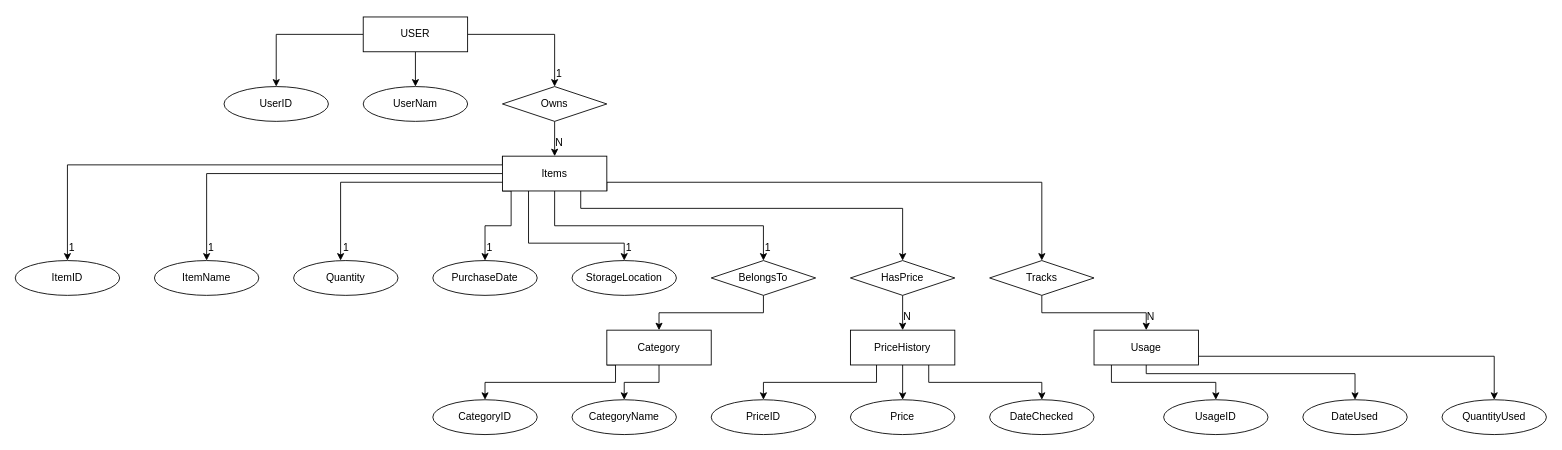
Above: Database/Untitled Diagram.drawio in anhvuanhvu/SPU_CSC3220_W25_T7 (draw.io), before the change. Source tidied: cells renumbered, new cells numbered last; positions are measured from the earlier drawing's top-left corner, leaving out a move shared by most shapes. Both pictures are drawn from the tidied source at 87%, with x=0, y=0 at pixel (15, 17).
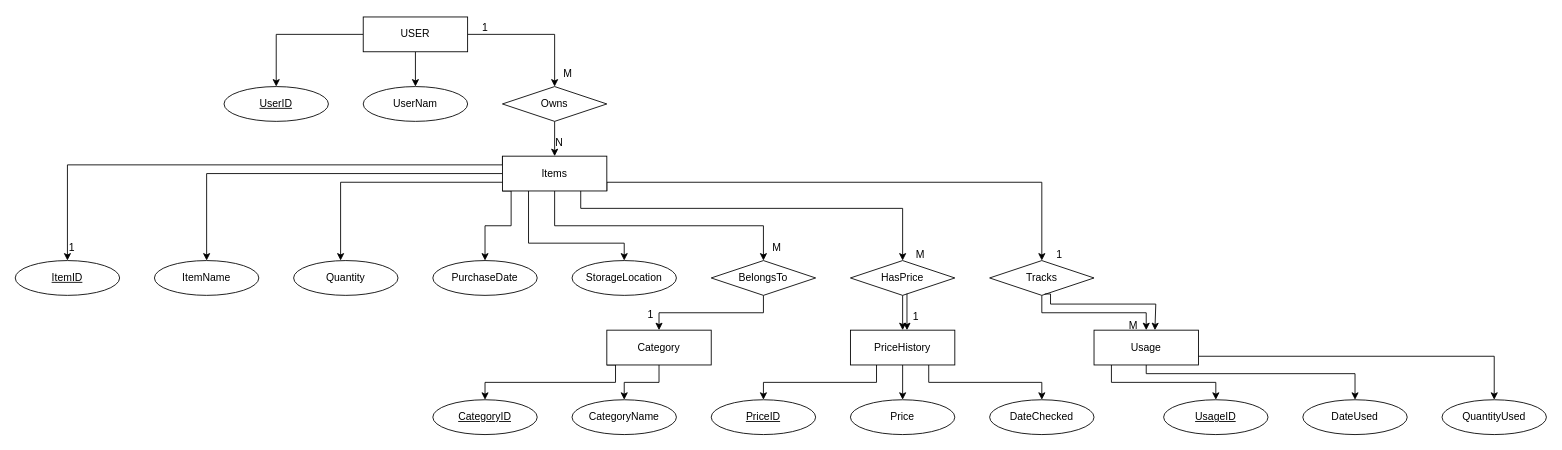
The same diagram, later.

Unchanged cells that the change refers to:
```xml
<mxCell id="41" value="Tracks" style="rhombus;whiteSpace=wrap;html=1;" parent="1" vertex="1">
  <mxGeometry x="1120" y="280" width="120" height="40" as="geometry" />
</mxCell>
```

Change to the diagram source:
```diff
@@
-    <mxCell id="7" value="UserID" style="ellipse;whiteSpace=wrap;html=1;" parent="1" vertex="1">
+    <mxCell id="7" value="&lt;u&gt;UserID&lt;/u&gt;" style="ellipse;whiteSpace=wrap;html=1;" parent="1" vertex="1">
       <mxGeometry x="240" y="80" width="120" height="40" as="geometry" />
     </mxCell>
@@
-    <mxCell id="22" value="ItemID" style="ellipse;whiteSpace=wrap;html=1;" parent="1" vertex="1">
+    <mxCell id="22" value="&lt;u&gt;ItemID&lt;/u&gt;" style="ellipse;whiteSpace=wrap;html=1;" parent="1" vertex="1">
       <mxGeometry y="280" width="120" height="40" as="geometry" />
     </mxCell>
@@
-    <mxCell id="32" value="PriceID" style="ellipse;whiteSpace=wrap;html=1;" parent="1" vertex="1">
+    <mxCell id="32" value="&lt;u&gt;PriceID&lt;/u&gt;" style="ellipse;whiteSpace=wrap;html=1;" parent="1" vertex="1">
       <mxGeometry x="800" y="440" width="120" height="40" as="geometry" />
     </mxCell>
@@
-    <mxCell id="38" value="CategoryID" style="ellipse;whiteSpace=wrap;html=1;" parent="1" vertex="1">
+    <mxCell id="38" value="&lt;u&gt;CategoryID&lt;/u&gt;" style="ellipse;whiteSpace=wrap;html=1;" parent="1" vertex="1">
       <mxGeometry x="480" y="440" width="120" height="40" as="geometry" />
     </mxCell>
@@
-    <mxCell id="46" value="UsageID" style="ellipse;whiteSpace=wrap;html=1;" parent="1" vertex="1">
+    <mxCell id="46" value="&lt;u&gt;UsageID&lt;/u&gt;" style="ellipse;whiteSpace=wrap;html=1;" parent="1" vertex="1">
       <mxGeometry x="1320" y="440" width="120" height="40" as="geometry" />
     </mxCell>
@@
-    <mxCell id="50" value="1" style="text;html=1;align=center;verticalAlign=middle;strokeColor=none;fillColor=none;" parent="1" vertex="1">
-      <mxGeometry x="610" y="50" width="30" height="30" as="geometry" />
+    <mxCell id="50" value="M" style="text;html=1;align=center;verticalAlign=middle;strokeColor=none;fillColor=none;" parent="1" vertex="1">
+      <mxGeometry x="620" y="50" width="30" height="30" as="geometry" />
     </mxCell>
@@
-    <mxCell id="53" value="1" style="text;html=1;align=center;verticalAlign=middle;strokeColor=none;fillColor=none;" parent="1" vertex="1">
-      <mxGeometry x="210" y="250" width="30" height="30" as="geometry" />
-    </mxCell>
-    <mxCell id="54" value="1" style="text;html=1;align=center;verticalAlign=middle;strokeColor=none;fillColor=none;" parent="1" vertex="1">
-      <mxGeometry x="365" y="250" width="30" height="30" as="geometry" />
-    </mxCell>
-    <mxCell id="55" value="1" style="text;html=1;align=center;verticalAlign=middle;strokeColor=none;fillColor=none;" parent="1" vertex="1">
-      <mxGeometry x="530" y="250" width="30" height="30" as="geometry" />
-    </mxCell>
-    <mxCell id="56" value="1" style="text;html=1;align=center;verticalAlign=middle;strokeColor=none;fillColor=none;" parent="1" vertex="1">
-      <mxGeometry x="690" y="250" width="30" height="30" as="geometry" />
-    </mxCell>
-    <mxCell id="57" value="1" style="text;html=1;align=center;verticalAlign=middle;strokeColor=none;fillColor=none;" parent="1" vertex="1">
-      <mxGeometry x="850" y="250" width="30" height="30" as="geometry" />
-    </mxCell>
-    <mxCell id="58" value="N" style="text;html=1;align=center;verticalAlign=middle;strokeColor=none;fillColor=none;" parent="1" vertex="1">
-      <mxGeometry x="1010" y="330" width="30" height="30" as="geometry" />
+    <mxCell id="58" value="1" style="text;html=1;align=center;verticalAlign=middle;strokeColor=none;fillColor=none;" parent="1" vertex="1">
+      <mxGeometry x="1020" y="330" width="30" height="30" as="geometry" />
     </mxCell>
-    <mxCell id="59" value="N" style="text;html=1;align=center;verticalAlign=middle;strokeColor=none;fillColor=none;" parent="1" vertex="1">
-      <mxGeometry x="1290" y="330" width="30" height="30" as="geometry" />
+    <mxCell id="59" value="M" style="text;html=1;align=center;verticalAlign=middle;strokeColor=none;fillColor=none;" parent="1" vertex="1">
+      <mxGeometry x="1270" y="340" width="30" height="30" as="geometry" />
     </mxCell>
+    <mxCell id="60" value="1" style="text;html=1;align=center;verticalAlign=middle;strokeColor=none;fillColor=none;" parent="1" vertex="1">
+      <mxGeometry x="715" y="328" width="30" height="30" as="geometry" />
+    </mxCell>
+    <mxCell id="61" value="M" style="text;html=1;align=center;verticalAlign=middle;strokeColor=none;fillColor=none;" parent="1" vertex="1">
+      <mxGeometry x="860" y="250" width="30" height="30" as="geometry" />
+    </mxCell>
+    <mxCell id="62" value="1" style="text;html=1;align=center;verticalAlign=middle;strokeColor=none;fillColor=none;" parent="1" vertex="1">
+      <mxGeometry x="1185" y="258" width="30" height="30" as="geometry" />
+    </mxCell>
+    <mxCell id="63" value="M" style="text;html=1;align=center;verticalAlign=middle;strokeColor=none;fillColor=none;" parent="1" vertex="1">
+      <mxGeometry x="1025" y="258" width="30" height="30" as="geometry" />
+    </mxCell>
+    <mxCell id="64" value="1" style="text;html=1;align=center;verticalAlign=middle;strokeColor=none;fillColor=none;" parent="1" vertex="1">
+      <mxGeometry x="525" y="-2" width="30" height="30" as="geometry" />
+    </mxCell>
+    <mxCell id="65" style="edgeStyle=orthogonalEdgeStyle;rounded=0;orthogonalLoop=1;jettySize=auto;html=1;exitX=0.5;exitY=1;exitDx=0;exitDy=0;" parent="1" edge="1">
+      <mxGeometry relative="1" as="geometry">
+        <mxPoint x="1025" y="318" as="sourcePoint" />
+        <mxPoint x="1025" y="360" as="targetPoint" />
+      </mxGeometry>
+    </mxCell>
+    <mxCell id="66" style="edgeStyle=orthogonalEdgeStyle;rounded=0;jettySize=auto;html=1;entryX=0.5;entryY=0;entryDx=0;entryDy=0;exitX=0.528;exitY=0.96;exitDx=0;exitDy=0;exitPerimeter=0;" parent="1" edge="1" source="41">
+      <mxGeometry relative="1" as="geometry">
+        <mxPoint x="1310" y="360" as="targetPoint" />
+        <Array as="points">
+          <mxPoint x="1190" y="318" />
+          <mxPoint x="1190" y="330" />
+          <mxPoint x="1311" y="330" />
+          <mxPoint x="1311" y="360" />
+        </Array>
+      </mxGeometry>
+    </mxCell>
```
